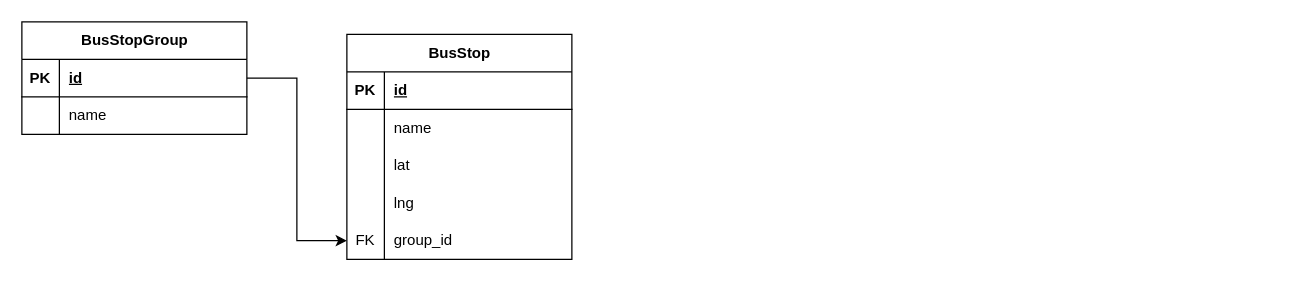
Earlier version of the draw.io diagram tut-bus.drawio (lc-tut/tut-bus). Source tidied: cells renumbered, new cells numbered last; positions are measured from the earlier drawing's top-left corner, leaving out a move shared by most shapes. Both pictures are drawn from the tidied source at 125%, with x=0, y=0 at pixel (21, 21).
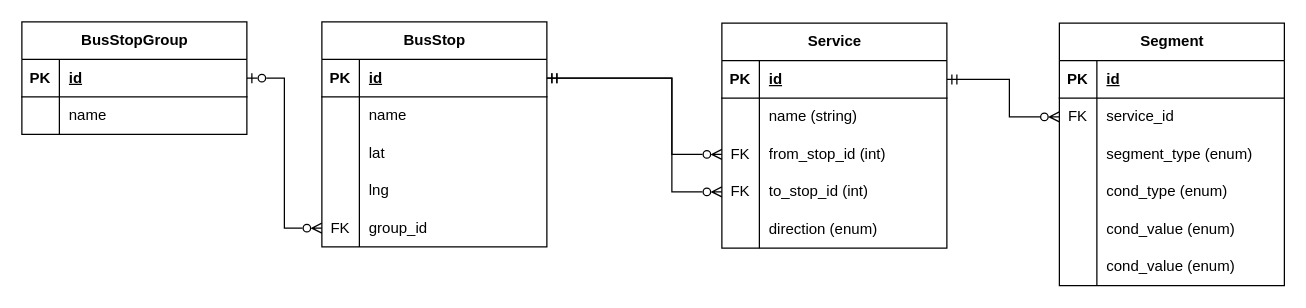
Above is the later version.

Commit message:
tut-bus.drawio を更新します

The change refers to these unchanged cells:
```xml
<mxCell id="3" style="shape=tableRow;horizontal=0;startSize=0;swimlaneHead=0;swimlaneBody=0;fillColor=none;points=[[0,0.5],[1,0.5]];portConstraint=eastwest;top=0;left=0;right=0;bottom=1;" parent="2" vertex="1">
  <mxGeometry y="30" width="180" height="30" as="geometry" />
</mxCell>
<mxCell id="15" style="shape=tableRow;horizontal=0;startSize=0;swimlaneHead=0;swimlaneBody=0;fillColor=none;points=[[0,0.5],[1,0.5]];portConstraint=eastwest;top=0;left=0;right=0;bottom=0;" parent="2" vertex="1">
  <mxGeometry y="150" width="180" height="30" as="geometry" />
</mxCell>
<mxCell id="19" value="BusStopGroup" style="shape=table;startSize=30;childLayout=tableLayout;rowLines=0;fontStyle=1;align=center;html=1;" parent="1" vertex="1">
  <mxGeometry width="180" height="90" as="geometry" />
</mxCell>
```

The edit, as a diff of the source:
```diff
@@
     <mxCell id="2" value="BusStop" style="shape=table;startSize=30;childLayout=tableLayout;rowLines=0;fontStyle=1;align=center;html=1;" parent="1" vertex="1">
-      <mxGeometry x="260" y="10" width="180" height="180" as="geometry" />
+      <mxGeometry x="240" width="180" height="180" as="geometry" />
     </mxCell>
@@
-    <mxCell id="18" style="edgeStyle=orthogonalEdgeStyle;rounded=0;jettySize=auto;html=1;exitX=1;exitY=0.5;exitDx=0;exitDy=0;entryX=0;entryY=0.5;entryDx=0;entryDy=0;" parent="1" edge="1" source="19" target="15">
+    <mxCell id="18" style="edgeStyle=orthogonalEdgeStyle;rounded=0;jettySize=auto;html=1;exitX=1;exitY=0.5;exitDx=0;exitDy=0;entryX=0;entryY=0.5;entryDx=0;entryDy=0;endArrow=ERzeroToMany;endFill=0;startArrow=ERzeroToOne;startFill=0;" parent="1" edge="1" source="19" target="15">
       <mxGeometry relative="1" as="geometry" />
     </mxCell>
@@
+    <mxCell id="26" value="Service" style="shape=table;startSize=30;childLayout=tableLayout;rowLines=0;fontStyle=1;align=center;html=1;" parent="1" vertex="1">
+      <mxGeometry x="560" y="1" width="180" height="180" as="geometry" />
+    </mxCell>
+    <mxCell id="27" style="shape=tableRow;horizontal=0;startSize=0;swimlaneHead=0;swimlaneBody=0;fillColor=none;points=[[0,0.5],[1,0.5]];portConstraint=eastwest;top=0;left=0;right=0;bottom=1;" parent="26" vertex="1">
+      <mxGeometry y="30" width="180" height="30" as="geometry" />
+    </mxCell>
+    <mxCell id="28" value="PK" style="shape=partialRectangle;fillColor=none;top=0;left=0;bottom=0;right=0;fontStyle=1;overflow=hidden;whiteSpace=wrap;html=1;" parent="27" vertex="1">
+      <mxGeometry width="30" height="30" as="geometry" />
+    </mxCell>
+    <mxCell id="29" value="id" style="shape=partialRectangle;fillColor=none;top=0;left=0;bottom=0;right=0;align=left;spacingLeft=6;fontStyle=5;overflow=hidden;whiteSpace=wrap;html=1;" parent="27" vertex="1">
+      <mxGeometry x="30" width="150" height="30" as="geometry" />
+    </mxCell>
+    <mxCell id="30" style="shape=tableRow;horizontal=0;startSize=0;swimlaneHead=0;swimlaneBody=0;fillColor=none;top=0;left=0;right=0;bottom=0;" parent="26" vertex="1">
+      <mxGeometry y="60" width="180" height="30" as="geometry" />
+    </mxCell>
+    <mxCell id="31" style="shape=partialRectangle;fillColor=none;top=0;left=0;bottom=0;right=0;overflow=hidden;whiteSpace=wrap;html=1;" parent="30" vertex="1">
+      <mxGeometry width="30" height="30" as="geometry" />
+    </mxCell>
+    <mxCell id="32" value="name (string)" style="shape=partialRectangle;fillColor=none;top=0;left=0;bottom=0;right=0;align=left;spacingLeft=6;overflow=hidden;whiteSpace=wrap;html=1;" parent="30" vertex="1">
+      <mxGeometry x="30" width="150" height="30" as="geometry" />
+    </mxCell>
+    <mxCell id="33" style="shape=tableRow;horizontal=0;startSize=0;swimlaneHead=0;swimlaneBody=0;fillColor=none;points=[[0,0.5],[1,0.5]];portConstraint=eastwest;top=0;left=0;right=0;bottom=0;" parent="26" vertex="1">
+      <mxGeometry y="90" width="180" height="30" as="geometry" />
+    </mxCell>
+    <mxCell id="34" value="FK" style="shape=partialRectangle;fillColor=none;top=0;left=0;bottom=0;right=0;overflow=hidden;whiteSpace=wrap;html=1;" parent="33" vertex="1">
+      <mxGeometry width="30" height="30" as="geometry" />
+    </mxCell>
+    <mxCell id="35" value="from_stop_id (int)" style="shape=partialRectangle;fillColor=none;top=0;left=0;bottom=0;right=0;align=left;spacingLeft=6;overflow=hidden;whiteSpace=wrap;html=1;" parent="33" vertex="1">
+      <mxGeometry x="30" width="150" height="30" as="geometry" />
+    </mxCell>
+    <mxCell id="36" style="shape=tableRow;horizontal=0;startSize=0;swimlaneHead=0;swimlaneBody=0;fillColor=none;points=[[0,0.5],[1,0.5]];portConstraint=eastwest;top=0;left=0;right=0;bottom=0;" parent="26" vertex="1">
+      <mxGeometry y="120" width="180" height="30" as="geometry" />
+    </mxCell>
+    <mxCell id="37" value="FK" style="shape=partialRectangle;fillColor=none;top=0;left=0;bottom=0;right=0;overflow=hidden;whiteSpace=wrap;html=1;" parent="36" vertex="1">
+      <mxGeometry width="30" height="30" as="geometry" />
+    </mxCell>
+    <mxCell id="38" value="to_stop_id (int)" style="shape=partialRectangle;fillColor=none;top=0;left=0;bottom=0;right=0;align=left;spacingLeft=6;overflow=hidden;whiteSpace=wrap;html=1;" parent="36" vertex="1">
+      <mxGeometry x="30" width="150" height="30" as="geometry" />
+    </mxCell>
+    <mxCell id="39" style="shape=tableRow;horizontal=0;startSize=0;swimlaneHead=0;swimlaneBody=0;fillColor=none;top=0;left=0;right=0;bottom=0;" parent="26" vertex="1">
+      <mxGeometry y="150" width="180" height="30" as="geometry" />
+    </mxCell>
+    <mxCell id="40" style="shape=partialRectangle;fillColor=none;top=0;left=0;bottom=0;right=0;overflow=hidden;whiteSpace=wrap;html=1;" parent="39" vertex="1">
+      <mxGeometry width="30" height="30" as="geometry" />
+    </mxCell>
+    <mxCell id="41" value="direction (enum)" style="shape=partialRectangle;fillColor=none;top=0;left=0;bottom=0;right=0;align=left;spacingLeft=6;overflow=hidden;whiteSpace=wrap;html=1;" parent="39" vertex="1">
+      <mxGeometry x="30" width="150" height="30" as="geometry" />
+    </mxCell>
+    <mxCell id="42" style="edgeStyle=orthogonalEdgeStyle;rounded=0;jettySize=auto;html=1;exitX=0;exitY=0.5;exitDx=0;exitDy=0;endArrow=ERmandOne;endFill=0;startArrow=ERzeroToMany;startFill=0;" parent="1" edge="1" source="33" target="3">
+      <mxGeometry relative="1" as="geometry">
+        <Array as="points">
+          <mxPoint x="520" y="106" />
+          <mxPoint x="520" y="45" />
+        </Array>
+      </mxGeometry>
+    </mxCell>
+    <mxCell id="43" style="edgeStyle=orthogonalEdgeStyle;rounded=0;jettySize=auto;html=1;exitX=0;exitY=0.5;exitDx=0;exitDy=0;entryX=1;entryY=0.5;entryDx=0;entryDy=0;endArrow=ERmandOne;endFill=0;startArrow=ERzeroToMany;startFill=0;" parent="1" edge="1" source="36" target="3">
+      <mxGeometry relative="1" as="geometry">
+        <Array as="points">
+          <mxPoint x="520" y="136" />
+          <mxPoint x="520" y="45" />
+        </Array>
+      </mxGeometry>
+    </mxCell>
+    <mxCell id="44" style="edgeStyle=orthogonalEdgeStyle;rounded=0;jettySize=auto;html=1;entryX=1;entryY=0.5;entryDx=0;entryDy=0;endArrow=ERmandOne;endFill=0;startArrow=ERzeroToMany;startFill=0;exitX=0;exitY=0.5;exitDx=0;exitDy=0;" parent="1" edge="1" source="49" target="27">
+      <mxGeometry relative="1" as="geometry">
+        <Array as="points">
+          <mxPoint x="790" y="76" />
+          <mxPoint x="790" y="46" />
+        </Array>
+      </mxGeometry>
+    </mxCell>
+    <mxCell id="45" value="Segment" style="shape=table;startSize=30;childLayout=tableLayout;rowLines=0;fontStyle=1;align=center;html=1;" parent="1" vertex="1">
+      <mxGeometry x="830" y="1" width="180" height="210" as="geometry" />
+    </mxCell>
+    <mxCell id="46" style="shape=tableRow;horizontal=0;startSize=0;swimlaneHead=0;swimlaneBody=0;fillColor=none;top=0;left=0;right=0;bottom=1;" parent="45" vertex="1">
+      <mxGeometry y="30" width="180" height="30" as="geometry" />
+    </mxCell>
+    <mxCell id="47" value="PK" style="shape=partialRectangle;fillColor=none;top=0;left=0;bottom=0;right=0;fontStyle=1;overflow=hidden;whiteSpace=wrap;html=1;" parent="46" vertex="1">
+      <mxGeometry width="30" height="30" as="geometry" />
+    </mxCell>
+    <mxCell id="48" value="id" style="shape=partialRectangle;fillColor=none;top=0;left=0;bottom=0;right=0;align=left;spacingLeft=6;fontStyle=5;overflow=hidden;whiteSpace=wrap;html=1;" parent="46" vertex="1">
+      <mxGeometry x="30" width="150" height="30" as="geometry" />
+    </mxCell>
+    <mxCell id="49" style="shape=tableRow;horizontal=0;startSize=0;swimlaneHead=0;swimlaneBody=0;fillColor=none;points=[[0,0.5],[1,0.5]];portConstraint=eastwest;top=0;left=0;right=0;bottom=0;" parent="45" vertex="1">
+      <mxGeometry y="60" width="180" height="30" as="geometry" />
+    </mxCell>
+    <mxCell id="50" value="FK" style="shape=partialRectangle;fillColor=none;top=0;left=0;bottom=0;right=0;overflow=hidden;whiteSpace=wrap;html=1;" parent="49" vertex="1">
+      <mxGeometry width="30" height="30" as="geometry" />
+    </mxCell>
+    <mxCell id="51" value="service_id" style="shape=partialRectangle;fillColor=none;top=0;left=0;bottom=0;right=0;align=left;spacingLeft=6;overflow=hidden;whiteSpace=wrap;html=1;" parent="49" vertex="1">
+      <mxGeometry x="30" width="150" height="30" as="geometry" />
+    </mxCell>
+    <mxCell id="52" style="shape=tableRow;horizontal=0;startSize=0;swimlaneHead=0;swimlaneBody=0;fillColor=none;top=0;left=0;right=0;bottom=0;" parent="45" vertex="1">
+      <mxGeometry y="90" width="180" height="30" as="geometry" />
+    </mxCell>
+    <mxCell id="53" style="shape=partialRectangle;fillColor=none;top=0;left=0;bottom=0;right=0;overflow=hidden;whiteSpace=wrap;html=1;" parent="52" vertex="1">
+      <mxGeometry width="30" height="30" as="geometry" />
+    </mxCell>
+    <mxCell id="54" value="segment_type (enum)" style="shape=partialRectangle;fillColor=none;top=0;left=0;bottom=0;right=0;align=left;spacingLeft=6;overflow=hidden;whiteSpace=wrap;html=1;" parent="52" vertex="1">
+      <mxGeometry x="30" width="150" height="30" as="geometry" />
+    </mxCell>
+    <mxCell id="55" style="shape=tableRow;horizontal=0;startSize=0;swimlaneHead=0;swimlaneBody=0;fillColor=none;top=0;left=0;right=0;bottom=0;" parent="45" vertex="1">
+      <mxGeometry y="120" width="180" height="30" as="geometry" />
+    </mxCell>
+    <mxCell id="56" style="shape=partialRectangle;fillColor=none;top=0;left=0;bottom=0;right=0;overflow=hidden;whiteSpace=wrap;html=1;" parent="55" vertex="1">
+      <mxGeometry width="30" height="30" as="geometry" />
+    </mxCell>
+    <mxCell id="57" value="cond_type (enum)" style="shape=partialRectangle;fillColor=none;top=0;left=0;bottom=0;right=0;align=left;spacingLeft=6;overflow=hidden;whiteSpace=wrap;html=1;" parent="55" vertex="1">
+      <mxGeometry x="30" width="150" height="30" as="geometry" />
+    </mxCell>
+    <mxCell id="58" style="shape=tableRow;horizontal=0;startSize=0;swimlaneHead=0;swimlaneBody=0;fillColor=none;top=0;left=0;right=0;bottom=0;" parent="45" vertex="1">
+      <mxGeometry y="150" width="180" height="30" as="geometry" />
+    </mxCell>
+    <mxCell id="59" style="shape=partialRectangle;fillColor=none;top=0;left=0;bottom=0;right=0;overflow=hidden;whiteSpace=wrap;html=1;" parent="58" vertex="1">
+      <mxGeometry width="30" height="30" as="geometry" />
+    </mxCell>
+    <mxCell id="60" value="cond_value (enum)" style="shape=partialRectangle;fillColor=none;top=0;left=0;bottom=0;right=0;align=left;spacingLeft=6;overflow=hidden;whiteSpace=wrap;html=1;" parent="58" vertex="1">
+      <mxGeometry x="30" width="150" height="30" as="geometry" />
+    </mxCell>
+    <mxCell id="61" style="shape=tableRow;horizontal=0;startSize=0;swimlaneHead=0;swimlaneBody=0;fillColor=none;top=0;left=0;right=0;bottom=0;" parent="45" vertex="1">
+      <mxGeometry y="180" width="180" height="30" as="geometry" />
+    </mxCell>
+    <mxCell id="62" style="shape=partialRectangle;fillColor=none;top=0;left=0;bottom=0;right=0;overflow=hidden;whiteSpace=wrap;html=1;" parent="61" vertex="1">
+      <mxGeometry width="30" height="30" as="geometry" />
+    </mxCell>
+    <mxCell id="63" value="cond_value (enum)" style="shape=partialRectangle;fillColor=none;top=0;left=0;bottom=0;right=0;align=left;spacingLeft=6;overflow=hidden;whiteSpace=wrap;html=1;" parent="61" vertex="1">
+      <mxGeometry x="30" width="150" height="30" as="geometry" />
+    </mxCell>
```
